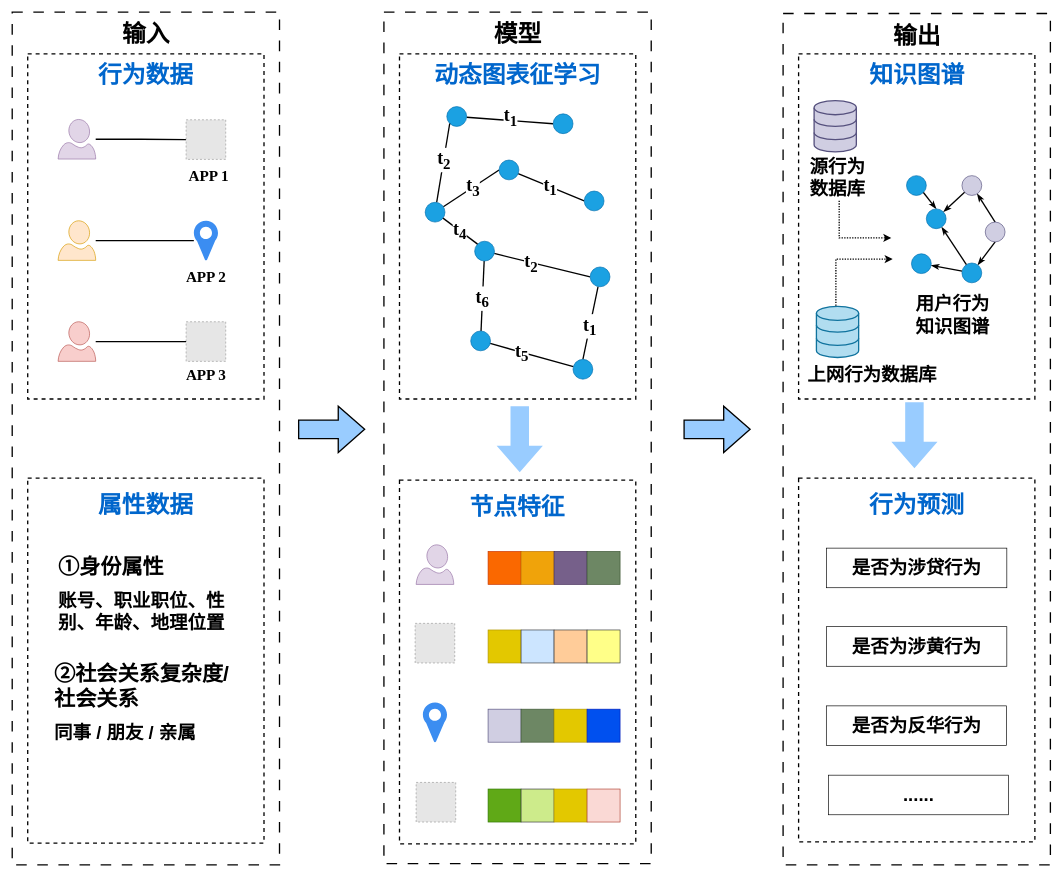
GPlaying/brain_map keeps this draw.io diagram as page "第 2 页" (2 of 2) of beijing.drawio. Above is the earlier version. Source tidied: cells renumbered, new cells numbered last; positions are measured from the earlier drawing's top-left corner, leaving out a move shared by most shapes. Both pictures are drawn from the tidied source at 66%, with x=0, y=0 at pixel (12, 12). Pictures stored in the file or linked from it are replaced by grey dashed boxes.
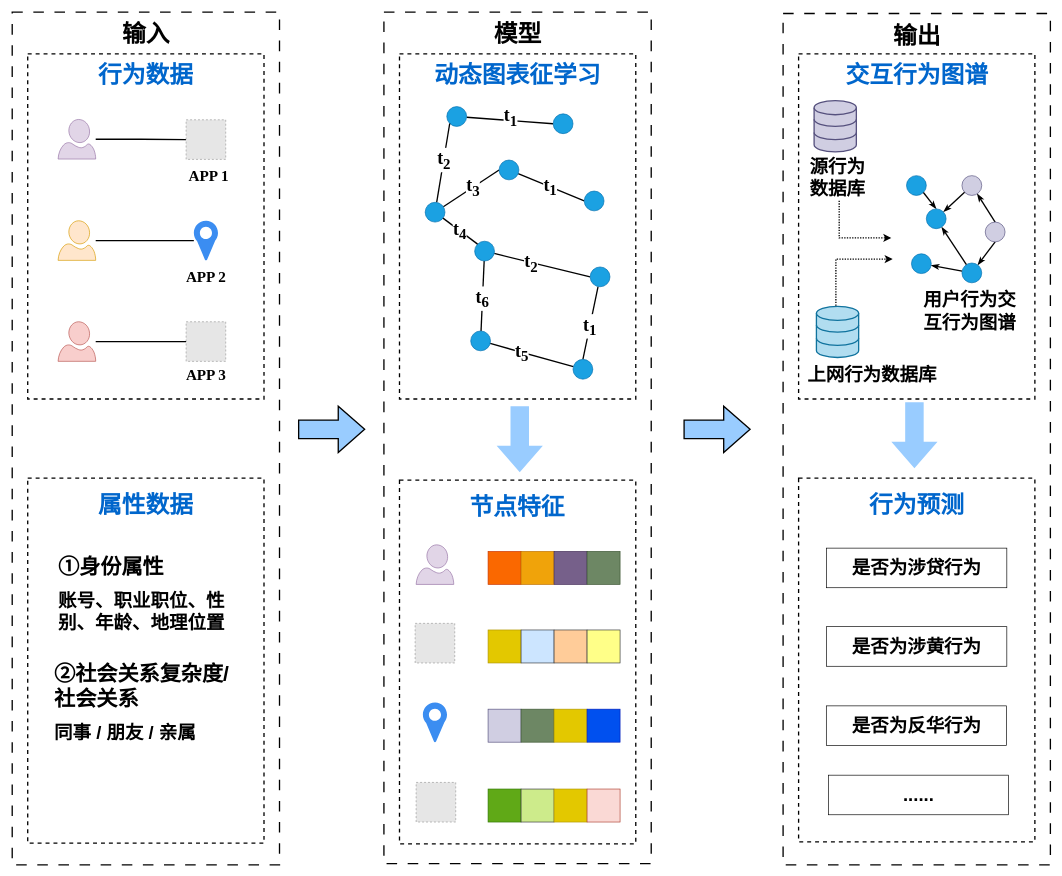
After the change.

Change to the diagram source:
```diff
@@
-    <mxCell id="78" value="&lt;font size=&quot;1&quot; color=&quot;#0066cc&quot; face=&quot;仿宋&quot;&gt;&lt;b style=&quot;font-size: 36px;&quot;&gt;知识图谱&lt;/b&gt;&lt;/font&gt;" style="text;html=1;align=center;verticalAlign=middle;whiteSpace=wrap;rounded=0;" parent="1" vertex="1">
+    <mxCell id="78" value="&lt;font size=&quot;1&quot; color=&quot;#0066cc&quot; face=&quot;仿宋&quot;&gt;&lt;b style=&quot;font-size: 36px;&quot;&gt;交互行为图谱&lt;/b&gt;&lt;/font&gt;" style="text;html=1;align=center;verticalAlign=middle;whiteSpace=wrap;rounded=0;" parent="1" vertex="1">
       <mxGeometry x="1236.7" y="80" width="267.6" height="30" as="geometry" />
     </mxCell>
@@
-    <mxCell id="96" value="&lt;font face=&quot;仿宋&quot;&gt;&lt;span style=&quot;font-size: 28px;&quot;&gt;&lt;b&gt;用户行为知识图谱&lt;/b&gt;&lt;/span&gt;&lt;/font&gt;" style="text;html=1;align=left;verticalAlign=middle;whiteSpace=wrap;rounded=0;fontFamily=Helvetica;fontSize=11;fontColor=default;labelBackgroundColor=default;" parent="1" vertex="1">
-      <mxGeometry x="1367" y="432" width="121" height="53.6" as="geometry" />
+    <mxCell id="96" value="&lt;font face=&quot;仿宋&quot;&gt;&lt;span style=&quot;font-size: 28px;&quot;&gt;&lt;b&gt;用户行为交互行为图谱&lt;/b&gt;&lt;/span&gt;&lt;/font&gt;" style="text;html=1;align=left;verticalAlign=middle;whiteSpace=wrap;rounded=0;fontFamily=Helvetica;fontSize=11;fontColor=default;labelBackgroundColor=default;" parent="1" vertex="1">
+      <mxGeometry x="1379" y="426" width="150" height="53.6" as="geometry" />
     </mxCell>
```
